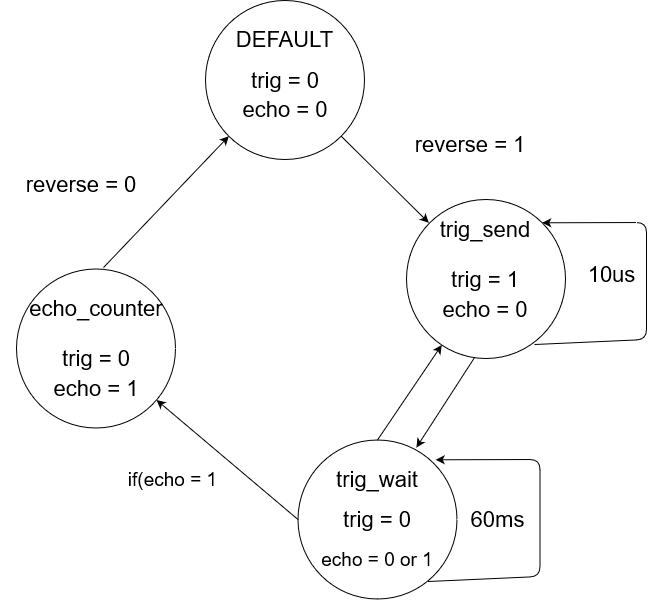
Before: Labs/projekt/Images/StateDiagram.png, a diagram exported from draw.io (xburco00/Digital-electronics-1). Source tidied: cells renumbered, new cells last; positions are measured from the earlier drawing's top-left corner, leaving out a move shared by most shapes. Its diagram source:
```xml
<mxGraphModel>
  <root>
    <mxCell id="0" />
    <mxCell id="1" parent="0" />
    <mxCell id="2" style="ellipse;whiteSpace=wrap;html=1;" parent="1" vertex="1">
      <mxGeometry x="205" width="159" height="159" as="geometry" />
    </mxCell>
    <mxCell id="3" style="ellipse;whiteSpace=wrap;html=1;" parent="1" vertex="1">
      <mxGeometry x="406" y="199" width="159" height="159" as="geometry" />
    </mxCell>
    <mxCell id="4" style="ellipse;whiteSpace=wrap;html=1;" parent="1" vertex="1">
      <mxGeometry x="16" y="268.5" width="159" height="159" as="geometry" />
    </mxCell>
    <mxCell id="5" value="DEFAULT" style="text;html=1;strokeColor=none;fillColor=none;align=center;verticalAlign=middle;whiteSpace=wrap;rounded=0;fontSize=22;" parent="1" vertex="1">
      <mxGeometry x="254.2" y="19" width="60.5" height="40" as="geometry" />
    </mxCell>
    <mxCell id="6" value="trig = 0" style="text;html=1;strokeColor=none;fillColor=none;align=center;verticalAlign=middle;whiteSpace=wrap;rounded=0;fontSize=22;" parent="1" vertex="1">
      <mxGeometry x="219.5" y="69.5" width="130" height="20" as="geometry" />
    </mxCell>
    <mxCell id="7" value="echo = 0" style="text;html=1;strokeColor=none;fillColor=none;align=center;verticalAlign=middle;whiteSpace=wrap;rounded=0;fontSize=22;" parent="1" vertex="1">
      <mxGeometry x="229.5" y="99" width="110" height="20" as="geometry" />
    </mxCell>
    <mxCell id="8" style="endArrow=classic;html=1;fontSize=22;entryX=0;entryY=0;entryDx=0;entryDy=0;exitX=1;exitY=1;exitDx=0;exitDy=0;" parent="1" edge="1" source="2">
      <mxGeometry relative="1" as="geometry">
        <mxPoint x="428.3" y="222.3" as="targetPoint" />
      </mxGeometry>
    </mxCell>
    <mxCell id="9" value="reverse = 1" style="text;html=1;strokeColor=none;fillColor=none;align=center;verticalAlign=middle;whiteSpace=wrap;rounded=0;fontSize=22;" parent="1" vertex="1">
      <mxGeometry x="389.5" y="129.5" width="160" height="29.5" as="geometry" />
    </mxCell>
    <mxCell id="10" value="trig = 1" style="text;html=1;strokeColor=none;fillColor=none;align=center;verticalAlign=middle;whiteSpace=wrap;rounded=0;fontSize=22;" parent="1" vertex="1">
      <mxGeometry x="419.5" y="268.5" width="130" height="20" as="geometry" />
    </mxCell>
    <mxCell id="11" value="echo = 0" style="text;html=1;strokeColor=none;fillColor=none;align=center;verticalAlign=middle;whiteSpace=wrap;rounded=0;fontSize=22;" parent="1" vertex="1">
      <mxGeometry x="429.5" y="299" width="110" height="20" as="geometry" />
    </mxCell>
    <mxCell id="12" style="endArrow=classic;html=1;fontSize=22;entryX=1;entryY=0;entryDx=0;entryDy=0;exitX=0.805;exitY=0.912;exitDx=0;exitDy=0;exitPerimeter=0;" parent="1" edge="1" source="3" target="3">
      <mxGeometry relative="1" as="geometry">
        <Array as="points">
          <mxPoint x="646" y="339" />
          <mxPoint x="646" y="279" />
          <mxPoint x="646" y="222" />
        </Array>
      </mxGeometry>
    </mxCell>
    <mxCell id="13" value="trig_send" style="text;html=1;strokeColor=none;fillColor=none;align=center;verticalAlign=middle;whiteSpace=wrap;rounded=0;fontSize=22;" parent="1" vertex="1">
      <mxGeometry x="464.5" y="219" width="40" height="20" as="geometry" />
    </mxCell>
    <mxCell id="14" value="10us" style="text;html=1;align=center;verticalAlign=middle;strokeColor=none;fontSize=22;" parent="1" vertex="1">
      <mxGeometry x="581" y="258.5" width="60" height="30" as="geometry" />
    </mxCell>
    <mxCell id="15" value="trig = 0" style="text;html=1;strokeColor=none;fillColor=none;align=center;verticalAlign=middle;whiteSpace=wrap;rounded=0;fontSize=22;" parent="1" vertex="1">
      <mxGeometry x="30.5" y="348" width="130" height="20" as="geometry" />
    </mxCell>
    <mxCell id="16" value="echo = 1" style="text;html=1;strokeColor=none;fillColor=none;align=center;verticalAlign=middle;whiteSpace=wrap;rounded=0;fontSize=22;" parent="1" vertex="1">
      <mxGeometry x="40.5" y="378" width="110" height="20" as="geometry" />
    </mxCell>
    <mxCell id="17" value="echo_counter" style="text;html=1;strokeColor=none;fillColor=none;align=center;verticalAlign=middle;whiteSpace=wrap;rounded=0;fontSize=22;" parent="1" vertex="1">
      <mxGeometry x="75.5" y="298" width="40" height="20" as="geometry" />
    </mxCell>
    <mxCell id="18" value="reverse = 0" style="text;html=1;strokeColor=none;fillColor=none;align=center;verticalAlign=middle;whiteSpace=wrap;rounded=0;fontSize=22;" parent="1" vertex="1">
      <mxGeometry x="0.5" y="169.5" width="160" height="29.5" as="geometry" />
    </mxCell>
    <mxCell id="19" style="ellipse;whiteSpace=wrap;html=1;" parent="1" vertex="1">
      <mxGeometry x="297.5" y="439.5" width="159" height="159" as="geometry" />
    </mxCell>
    <mxCell id="20" value="trig_wait" style="text;html=1;strokeColor=none;fillColor=none;align=center;verticalAlign=middle;whiteSpace=wrap;rounded=0;fontSize=22;" parent="1" vertex="1">
      <mxGeometry x="357" y="468.5" width="40" height="20" as="geometry" />
    </mxCell>
    <mxCell id="21" style="endArrow=classic;html=1;fontSize=22;entryX=1;entryY=0;entryDx=0;entryDy=0;exitX=0.805;exitY=0.912;exitDx=0;exitDy=0;exitPerimeter=0;" parent="1" edge="1">
      <mxGeometry relative="1" as="geometry">
        <mxPoint x="427.5" y="581" as="sourcePoint" />
        <mxPoint x="435.2" y="459.3" as="targetPoint" />
        <Array as="points">
          <mxPoint x="539.5" y="576" />
          <mxPoint x="539.5" y="516" />
          <mxPoint x="539.5" y="459" />
        </Array>
      </mxGeometry>
    </mxCell>
    <mxCell id="22" value="60ms" style="text;html=1;align=center;verticalAlign=middle;strokeColor=none;fontSize=22;" parent="1" vertex="1">
      <mxGeometry x="462.5" y="504" width="70" height="30" as="geometry" />
    </mxCell>
    <mxCell id="23" value="trig = 0" style="text;html=1;strokeColor=none;fillColor=none;align=center;verticalAlign=middle;whiteSpace=wrap;rounded=0;fontSize=22;" parent="1" vertex="1">
      <mxGeometry x="312" y="509" width="130" height="20" as="geometry" />
    </mxCell>
    <mxCell id="24" value="echo = 0 or 1" style="text;html=1;strokeColor=none;fillColor=none;align=center;verticalAlign=middle;whiteSpace=wrap;rounded=0;fontSize=19;" parent="1" vertex="1">
      <mxGeometry x="317" y="549" width="120" height="20" as="geometry" />
    </mxCell>
    <mxCell id="25" style="endArrow=classic;html=1;fontSize=19;exitX=0;exitY=0.5;exitDx=0;exitDy=0;" parent="1" edge="1" source="19" target="4">
      <mxGeometry relative="1" as="geometry" />
    </mxCell>
    <mxCell id="26" style="endArrow=classic;html=1;fontSize=19;entryX=0;entryY=1;entryDx=0;entryDy=0;exitX=0.547;exitY=-0.009;exitDx=0;exitDy=0;exitPerimeter=0;" parent="1" edge="1" source="4" target="2">
      <mxGeometry relative="1" as="geometry" />
    </mxCell>
    <mxCell id="27" style="endArrow=classic;html=1;fontSize=19;exitX=0.5;exitY=0;exitDx=0;exitDy=0;" parent="1" edge="1" source="19" target="3">
      <mxGeometry relative="1" as="geometry" />
    </mxCell>
    <mxCell id="28" style="endArrow=classic;html=1;fontSize=19;entryX=0.745;entryY=0.047;entryDx=0;entryDy=0;entryPerimeter=0;exitX=0.428;exitY=0.994;exitDx=0;exitDy=0;exitPerimeter=0;" parent="1" edge="1" source="3" target="19">
      <mxGeometry relative="1" as="geometry" />
    </mxCell>
    <mxCell id="29" value="if(echo = 1" style="text;html=1;strokeColor=none;fillColor=none;align=center;verticalAlign=middle;whiteSpace=wrap;rounded=0;fontSize=19;" parent="1" vertex="1">
      <mxGeometry x="114.5" y="468.5" width="115" height="20" as="geometry" />
    </mxCell>
  </root>
</mxGraphModel>
```
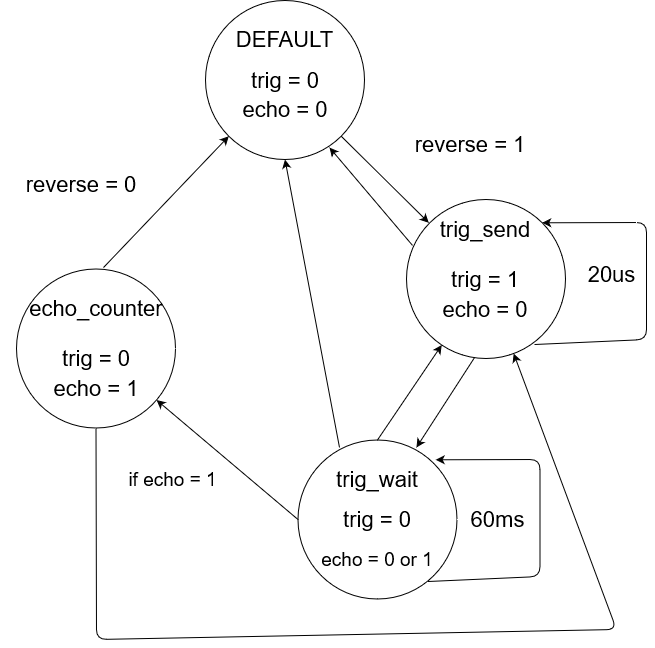
The same diagram one commit later.

What changed in the source:
```diff
@@ -46,7 +46,7 @@
     <mxCell id="13" value="trig_send" style="text;html=1;strokeColor=none;fillColor=none;align=center;verticalAlign=middle;whiteSpace=wrap;rounded=0;fontSize=22;" parent="1" vertex="1">
       <mxGeometry x="464.5" y="219" width="40" height="20" as="geometry" />
     </mxCell>
-    <mxCell id="14" value="10us" style="text;html=1;align=center;verticalAlign=middle;strokeColor=none;fontSize=22;" parent="1" vertex="1">
+    <mxCell id="14" value="20us" style="text;html=1;align=center;verticalAlign=middle;strokeColor=none;fontSize=22;" parent="1" vertex="1">
       <mxGeometry x="581" y="258.5" width="60" height="30" as="geometry" />
     </mxCell>
     <mxCell id="15" value="trig = 0" style="text;html=1;strokeColor=none;fillColor=none;align=center;verticalAlign=middle;whiteSpace=wrap;rounded=0;fontSize=22;" parent="1" vertex="1">
@@ -99,8 +99,22 @@
     <mxCell id="28" style="endArrow=classic;html=1;fontSize=19;entryX=0.745;entryY=0.047;entryDx=0;entryDy=0;entryPerimeter=0;exitX=0.428;exitY=0.994;exitDx=0;exitDy=0;exitPerimeter=0;" parent="1" edge="1" source="3" target="19">
       <mxGeometry relative="1" as="geometry" />
     </mxCell>
-    <mxCell id="29" value="if(echo = 1" style="text;html=1;strokeColor=none;fillColor=none;align=center;verticalAlign=middle;whiteSpace=wrap;rounded=0;fontSize=19;" parent="1" vertex="1">
+    <mxCell id="29" value="if echo = 1" style="text;html=1;strokeColor=none;fillColor=none;align=center;verticalAlign=middle;whiteSpace=wrap;rounded=0;fontSize=19;" parent="1" vertex="1">
       <mxGeometry x="114.5" y="468.5" width="115" height="20" as="geometry" />
     </mxCell>
+    <mxCell id="30" style="endArrow=classic;html=1;exitX=0.5;exitY=1;exitDx=0;exitDy=0;" parent="1" edge="1" source="4" target="3">
+      <mxGeometry relative="1" as="geometry">
+        <Array as="points">
+          <mxPoint x="96" y="639" />
+          <mxPoint x="616" y="629" />
+        </Array>
+      </mxGeometry>
+    </mxCell>
+    <mxCell id="31" style="endArrow=classic;html=1;entryX=0.5;entryY=1;entryDx=0;entryDy=0;exitX=0.261;exitY=0.047;exitDx=0;exitDy=0;exitPerimeter=0;" parent="1" edge="1" source="19" target="2">
+      <mxGeometry relative="1" as="geometry" />
+    </mxCell>
+    <mxCell id="32" style="endArrow=classic;html=1;entryX=0.78;entryY=0.925;entryDx=0;entryDy=0;entryPerimeter=0;exitX=0.038;exitY=0.289;exitDx=0;exitDy=0;exitPerimeter=0;" parent="1" edge="1" source="3" target="2">
+      <mxGeometry relative="1" as="geometry" />
+    </mxCell>
   </root>
 </mxGraphModel>
```
